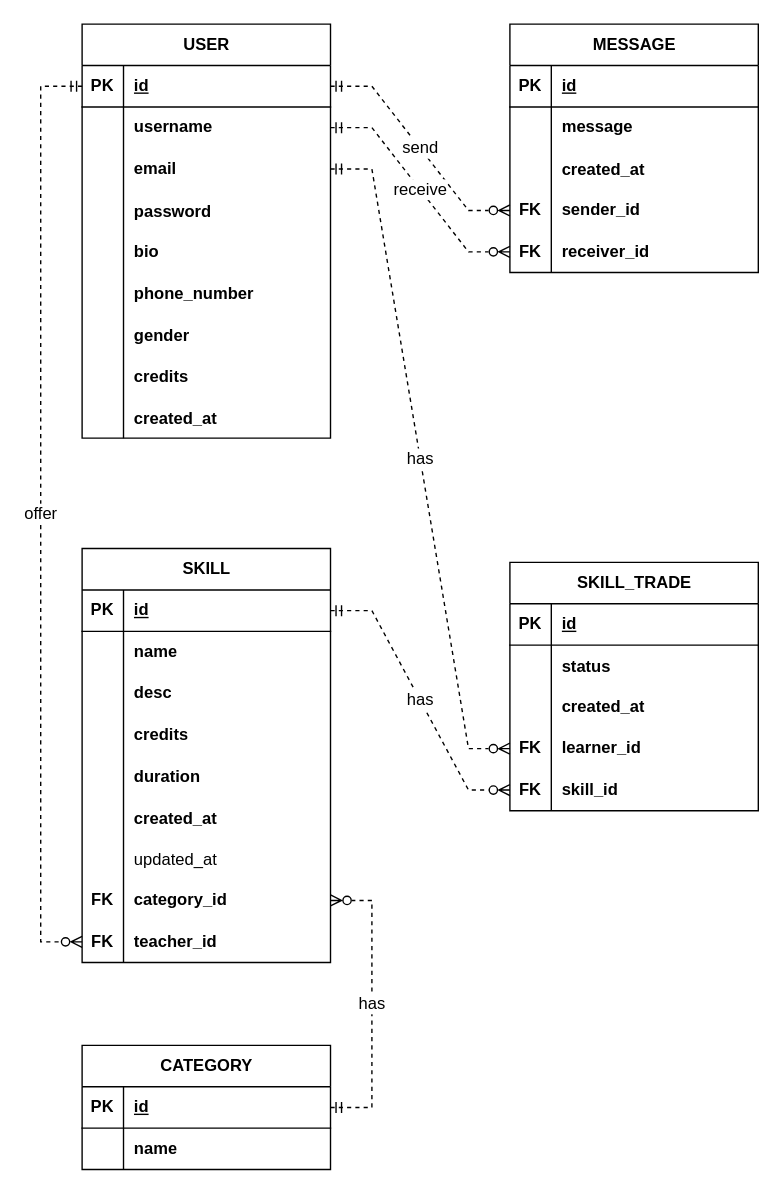
The draw.io diagram ERD.drawio in EugeneHZC/skill-swap, before the edit. Source tidied: cells renumbered, new cells numbered last; positions are measured from the earlier drawing's top-left corner, leaving out a move shared by most shapes. Both pictures are drawn from the tidied source at 138%, with x=0, y=0 at pixel (40, 23).
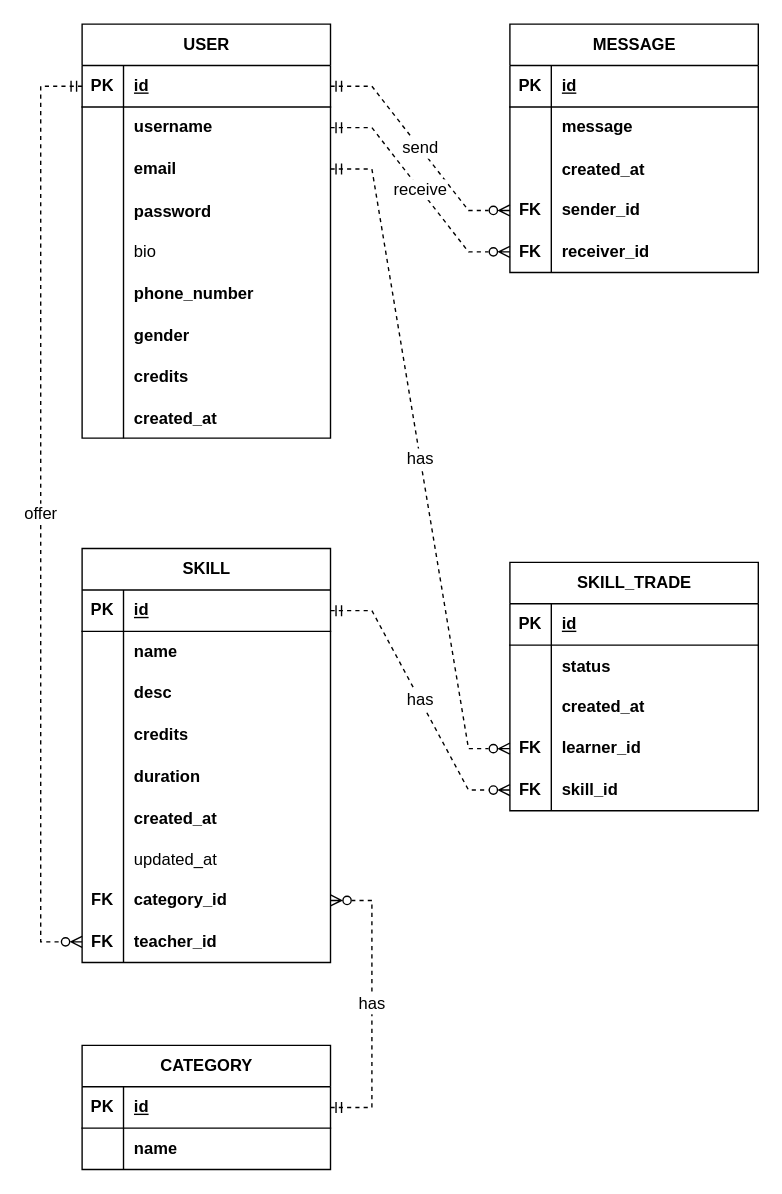
The same page after the edit.

Unchanged cells that the change refers to:
```xml
<mxCell id="15" style="shape=tableRow;horizontal=0;startSize=0;swimlaneHead=0;swimlaneBody=0;fillColor=none;top=0;left=0;right=0;bottom=0;" parent="2" vertex="1">
  <mxGeometry y="150" width="180" height="30" as="geometry" />
</mxCell>
```

The edit, as a diff of the source:
```diff
@@
-    <mxCell id="17" value="&lt;b&gt;bio&lt;/b&gt;" style="shape=partialRectangle;fillColor=none;top=0;left=0;bottom=0;right=0;align=left;spacingLeft=6;overflow=hidden;whiteSpace=wrap;html=1;" parent="15" vertex="1">
+    <mxCell id="17" value="bio" style="shape=partialRectangle;fillColor=none;top=0;left=0;bottom=0;right=0;align=left;spacingLeft=6;overflow=hidden;whiteSpace=wrap;html=1;" parent="15" vertex="1">
       <mxGeometry x="30" width="150" height="30" as="geometry" />
     </mxCell>
```
